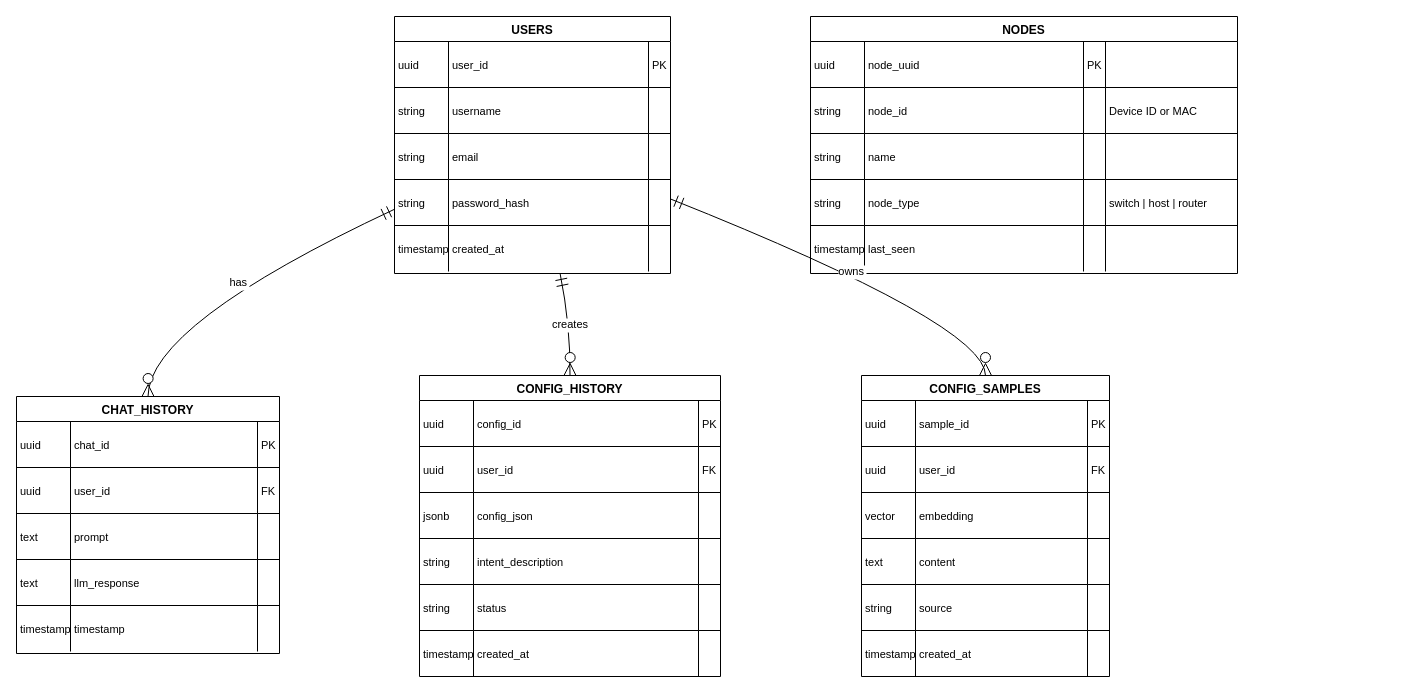
This is diagram/ERD.drawio from THenryInGH/FYP, a draw.io file, before an edit. Source tidied: cells renumbered, new cells numbered last; positions are measured from the earlier drawing's top-left corner, leaving out a move shared by most shapes. Both pictures are drawn from the tidied source at 100%, with x=0, y=0 at pixel (16, 16).
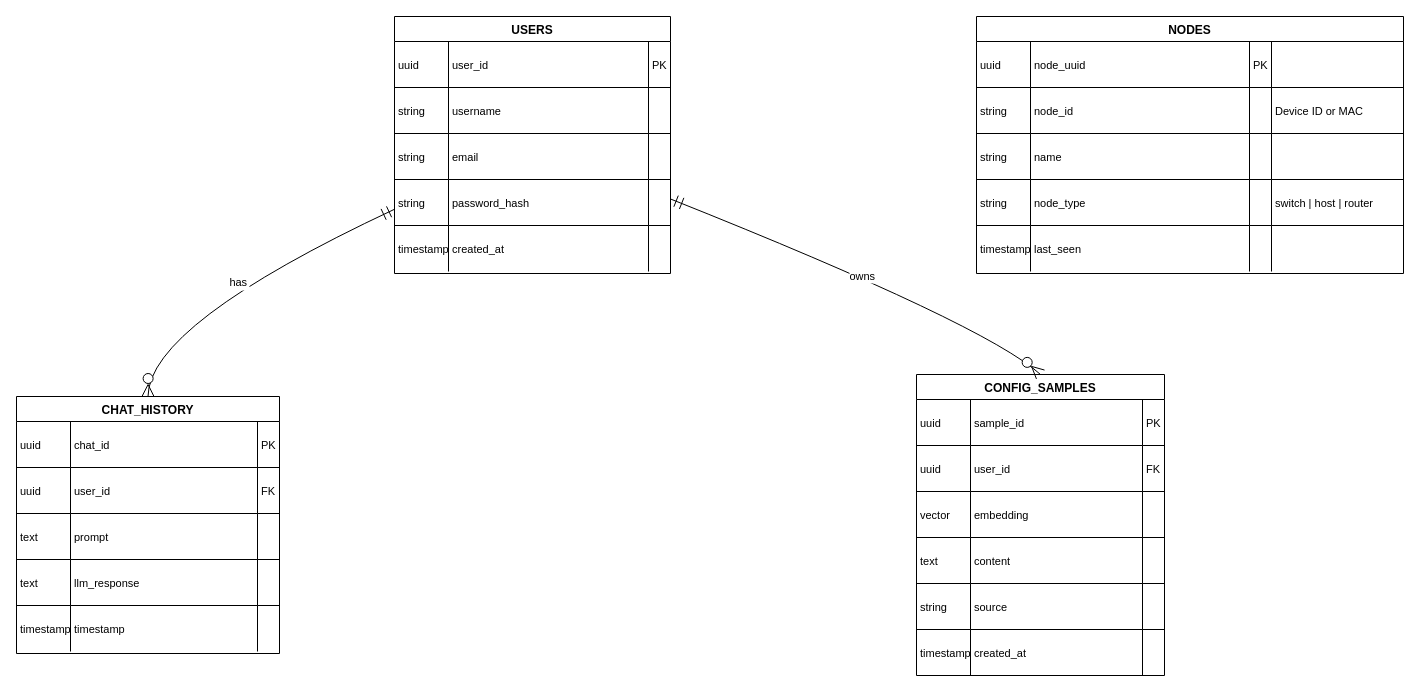
Above is the later version.

The change refers to these unchanged cells:
```xml
<mxCell id="2" value="USERS" style="shape=table;startSize=25;childLayout=tableLayout;rowLines=1;fontStyle=1;align=center;" parent="1" vertex="1">
  <mxGeometry x="378" width="276" height="257" as="geometry" />
</mxCell>
```

The edit, as a diff of the source:
```diff
@@
-    <mxCell id="44" value="CONFIG_HISTORY" style="shape=table;startSize=25;childLayout=tableLayout;rowLines=1;fontStyle=1;align=center;" parent="1" vertex="1">
-      <mxGeometry x="403" y="359" width="301" height="301" as="geometry" />
-    </mxCell>
-    <mxCell id="45" style="shape=tableRow;horizontal=0;startSize=0;swimlaneHead=0;swimlaneBody=0;fillColor=none;top=0;left=0;right=0;bottom=0;" parent="44" vertex="1">
-      <mxGeometry y="25" width="301" height="46" as="geometry" />
-    </mxCell>
-    <mxCell id="46" value="uuid" style="shape=partialRectangle;fillColor=none;top=0;left=0;bottom=0;right=0;align=left;spacingLeft=2;overflow=hidden;fontSize=11;" parent="45" vertex="1">
-      <mxGeometry width="54" height="46" as="geometry" />
-    </mxCell>
-    <mxCell id="47" value="config_id" style="shape=partialRectangle;fillColor=none;top=0;left=0;bottom=0;right=0;align=left;spacingLeft=2;overflow=hidden;fontSize=11;" parent="45" vertex="1">
-      <mxGeometry x="54" width="225" height="46" as="geometry" />
-    </mxCell>
-    <mxCell id="48" value="PK" style="shape=partialRectangle;fillColor=none;top=0;left=0;bottom=0;right=0;align=left;spacingLeft=2;overflow=hidden;fontSize=11;" parent="45" vertex="1">
-      <mxGeometry x="279" width="22" height="46" as="geometry" />
-    </mxCell>
-    <mxCell id="49" style="shape=tableRow;horizontal=0;startSize=0;swimlaneHead=0;swimlaneBody=0;fillColor=none;top=0;left=0;right=0;bottom=0;" parent="44" vertex="1">
-      <mxGeometry y="71" width="301" height="46" as="geometry" />
-    </mxCell>
-    <mxCell id="50" value="uuid" style="shape=partialRectangle;fillColor=none;top=0;left=0;bottom=0;right=0;align=left;spacingLeft=2;overflow=hidden;fontSize=11;" parent="49" vertex="1">
-      <mxGeometry width="54" height="46" as="geometry" />
-    </mxCell>
-    <mxCell id="51" value="user_id" style="shape=partialRectangle;fillColor=none;top=0;left=0;bottom=0;right=0;align=left;spacingLeft=2;overflow=hidden;fontSize=11;" parent="49" vertex="1">
-      <mxGeometry x="54" width="225" height="46" as="geometry" />
-    </mxCell>
-    <mxCell id="52" value="FK" style="shape=partialRectangle;fillColor=none;top=0;left=0;bottom=0;right=0;align=left;spacingLeft=2;overflow=hidden;fontSize=11;" parent="49" vertex="1">
-      <mxGeometry x="279" width="22" height="46" as="geometry" />
-    </mxCell>
-    <mxCell id="53" style="shape=tableRow;horizontal=0;startSize=0;swimlaneHead=0;swimlaneBody=0;fillColor=none;top=0;left=0;right=0;bottom=0;" parent="44" vertex="1">
-      <mxGeometry y="117" width="301" height="46" as="geometry" />
-    </mxCell>
-    <mxCell id="54" value="jsonb" style="shape=partialRectangle;fillColor=none;top=0;left=0;bottom=0;right=0;align=left;spacingLeft=2;overflow=hidden;fontSize=11;" parent="53" vertex="1">
-      <mxGeometry width="54" height="46" as="geometry" />
-    </mxCell>
-    <mxCell id="55" value="config_json" style="shape=partialRectangle;fillColor=none;top=0;left=0;bottom=0;right=0;align=left;spacingLeft=2;overflow=hidden;fontSize=11;" parent="53" vertex="1">
-      <mxGeometry x="54" width="225" height="46" as="geometry" />
-    </mxCell>
-    <mxCell id="56" style="shape=partialRectangle;fillColor=none;top=0;left=0;bottom=0;right=0;align=left;spacingLeft=2;overflow=hidden;fontSize=11;" parent="53" vertex="1">
-      <mxGeometry x="279" width="22" height="46" as="geometry" />
-    </mxCell>
-    <mxCell id="57" style="shape=tableRow;horizontal=0;startSize=0;swimlaneHead=0;swimlaneBody=0;fillColor=none;top=0;left=0;right=0;bottom=0;" parent="44" vertex="1">
-      <mxGeometry y="163" width="301" height="46" as="geometry" />
-    </mxCell>
-    <mxCell id="58" value="string" style="shape=partialRectangle;fillColor=none;top=0;left=0;bottom=0;right=0;align=left;spacingLeft=2;overflow=hidden;fontSize=11;" parent="57" vertex="1">
-      <mxGeometry width="54" height="46" as="geometry" />
-    </mxCell>
-    <mxCell id="59" value="intent_description" style="shape=partialRectangle;fillColor=none;top=0;left=0;bottom=0;right=0;align=left;spacingLeft=2;overflow=hidden;fontSize=11;" parent="57" vertex="1">
-      <mxGeometry x="54" width="225" height="46" as="geometry" />
-    </mxCell>
-    <mxCell id="60" style="shape=partialRectangle;fillColor=none;top=0;left=0;bottom=0;right=0;align=left;spacingLeft=2;overflow=hidden;fontSize=11;" parent="57" vertex="1">
-      <mxGeometry x="279" width="22" height="46" as="geometry" />
-    </mxCell>
-    <mxCell id="61" style="shape=tableRow;horizontal=0;startSize=0;swimlaneHead=0;swimlaneBody=0;fillColor=none;top=0;left=0;right=0;bottom=0;" parent="44" vertex="1">
-      <mxGeometry y="209" width="301" height="46" as="geometry" />
-    </mxCell>
-    <mxCell id="62" value="string" style="shape=partialRectangle;fillColor=none;top=0;left=0;bottom=0;right=0;align=left;spacingLeft=2;overflow=hidden;fontSize=11;" parent="61" vertex="1">
-      <mxGeometry width="54" height="46" as="geometry" />
-    </mxCell>
-    <mxCell id="63" value="status" style="shape=partialRectangle;fillColor=none;top=0;left=0;bottom=0;right=0;align=left;spacingLeft=2;overflow=hidden;fontSize=11;" parent="61" vertex="1">
-      <mxGeometry x="54" width="225" height="46" as="geometry" />
-    </mxCell>
-    <mxCell id="64" style="shape=partialRectangle;fillColor=none;top=0;left=0;bottom=0;right=0;align=left;spacingLeft=2;overflow=hidden;fontSize=11;" parent="61" vertex="1">
-      <mxGeometry x="279" width="22" height="46" as="geometry" />
-    </mxCell>
-    <mxCell id="65" style="shape=tableRow;horizontal=0;startSize=0;swimlaneHead=0;swimlaneBody=0;fillColor=none;top=0;left=0;right=0;bottom=0;" parent="44" vertex="1">
-      <mxGeometry y="255" width="301" height="46" as="geometry" />
-    </mxCell>
-    <mxCell id="66" value="timestamp" style="shape=partialRectangle;fillColor=none;top=0;left=0;bottom=0;right=0;align=left;spacingLeft=2;overflow=hidden;fontSize=11;" parent="65" vertex="1">
-      <mxGeometry width="54" height="46" as="geometry" />
-    </mxCell>
-    <mxCell id="67" value="created_at" style="shape=partialRectangle;fillColor=none;top=0;left=0;bottom=0;right=0;align=left;spacingLeft=2;overflow=hidden;fontSize=11;" parent="65" vertex="1">
-      <mxGeometry x="54" width="225" height="46" as="geometry" />
-    </mxCell>
-    <mxCell id="68" style="shape=partialRectangle;fillColor=none;top=0;left=0;bottom=0;right=0;align=left;spacingLeft=2;overflow=hidden;fontSize=11;" parent="65" vertex="1">
-      <mxGeometry x="279" width="22" height="46" as="geometry" />
-    </mxCell>
     <mxCell id="69" value="NODES" style="shape=table;startSize=25;childLayout=tableLayout;rowLines=1;fontStyle=1;align=center;" parent="1" vertex="1">
-      <mxGeometry x="794" width="427" height="257" as="geometry" />
+      <mxGeometry x="960" width="427" height="257" as="geometry" />
     </mxCell>
@@
     <mxCell id="95" value="CONFIG_SAMPLES" style="shape=table;startSize=25;childLayout=tableLayout;rowLines=1;fontStyle=1;align=center;" parent="1" vertex="1">
-      <mxGeometry x="845" y="359" width="248" height="301" as="geometry" />
+      <mxGeometry x="900" y="358" width="248" height="301" as="geometry" />
     </mxCell>
@@
-    <mxCell id="121" value="creates" style="curved=1;startArrow=ERmandOne;startSize=10;endArrow=ERzeroToMany;endSize=10;exitX=0.6;exitY=1;entryX=0.5;entryY=0;rounded=0;" parent="1" edge="1" source="2" target="44">
-      <mxGeometry relative="1" as="geometry">
-        <Array as="points">
-          <mxPoint x="554" y="308" />
-        </Array>
-      </mxGeometry>
-    </mxCell>
```
